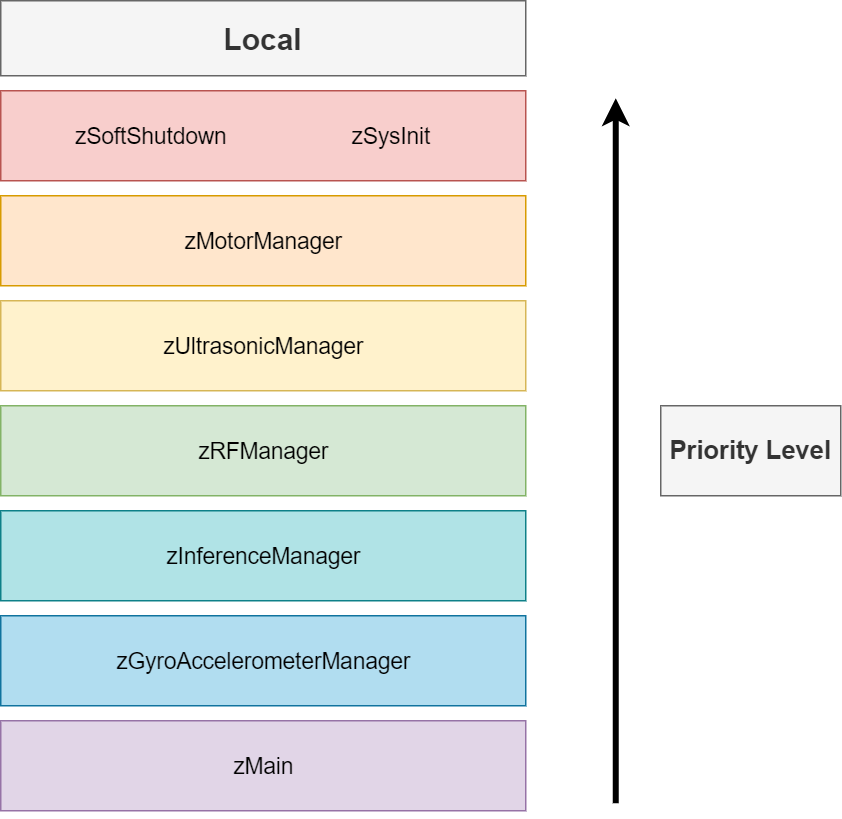
The draw.io diagram 3. Design/3. Software Specification/task_priority_level-local.png in esrg-silent-howl/zephyrus, before a commit. Source tidied: cells renumbered, new cells last; positions are measured from the earlier drawing's top-left corner, leaving out a move shared by most shapes.
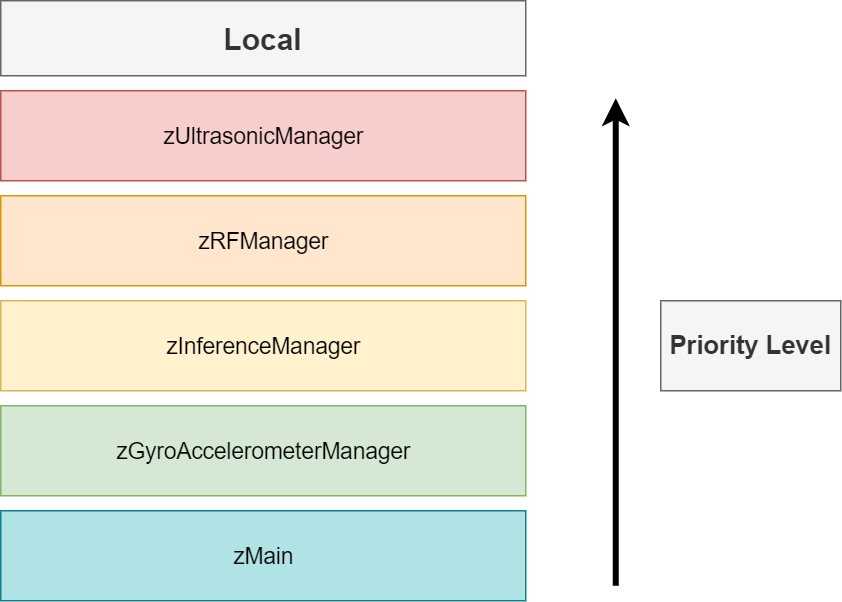
After the change.

Change to the diagram source:
```diff
@@ -17,45 +17,30 @@
     <mxCell id="6" style="rounded=0;whiteSpace=wrap;html=1;fillColor=#b0e3e6;strokeColor=#0e8088;" parent="1" vertex="1">
       <mxGeometry y="340" width="350" height="60" as="geometry" />
     </mxCell>
-    <mxCell id="7" style="rounded=0;whiteSpace=wrap;html=1;fillColor=#b1ddf0;strokeColor=#10739e;" parent="1" vertex="1">
-      <mxGeometry y="410" width="350" height="60" as="geometry" />
-    </mxCell>
-    <mxCell id="8" style="rounded=0;whiteSpace=wrap;html=1;fillColor=#e1d5e7;strokeColor=#9673a6;" parent="1" vertex="1">
-      <mxGeometry y="480" width="350" height="60" as="geometry" />
-    </mxCell>
     <mxCell id="9" style="endArrow=classic;html=1;strokeWidth=4;" parent="1" edge="1">
       <mxGeometry relative="1" as="geometry">
-        <mxPoint x="410" y="535" as="sourcePoint" />
+        <mxPoint x="410" y="390" as="sourcePoint" />
         <mxPoint x="410" y="65" as="targetPoint" />
       </mxGeometry>
     </mxCell>
     <mxCell id="10" value="&lt;font style=&quot;font-size: 17px&quot;&gt;&lt;b&gt;Priority Level&lt;/b&gt;&lt;/font&gt;" style="rounded=0;whiteSpace=wrap;html=1;fillColor=#f5f5f5;strokeColor=#666666;fontColor=#333333;" parent="1" vertex="1">
-      <mxGeometry x="440" y="270" width="120" height="60" as="geometry" />
+      <mxGeometry x="440" y="200" width="120" height="60" as="geometry" />
     </mxCell>
     <mxCell id="11" value="zGyroAccelerometerManager" style="text;html=1;align=center;verticalAlign=middle;fontSize=15;" parent="1" vertex="1">
-      <mxGeometry x="70" y="430" width="210" height="20" as="geometry" />
+      <mxGeometry x="70" y="290" width="210" height="20" as="geometry" />
     </mxCell>
     <mxCell id="12" value="zRFManager" style="text;html=1;align=center;verticalAlign=middle;fontSize=15;" parent="1" vertex="1">
-      <mxGeometry x="125" y="290" width="100" height="20" as="geometry" />
+      <mxGeometry x="125" y="150" width="100" height="20" as="geometry" />
     </mxCell>
     <mxCell id="13" value="zInferenceManager" style="text;html=1;align=center;verticalAlign=middle;fontSize=15;" parent="1" vertex="1">
-      <mxGeometry x="105" y="360" width="140" height="20" as="geometry" />
+      <mxGeometry x="105" y="220" width="140" height="20" as="geometry" />
     </mxCell>
     <mxCell id="14" value="zUltrasonicManager" style="text;html=1;align=center;verticalAlign=middle;fontSize=15;" parent="1" vertex="1">
-      <mxGeometry x="100" y="220" width="150" height="20" as="geometry" />
+      <mxGeometry x="100" y="80" width="150" height="20" as="geometry" />
     </mxCell>
-    <mxCell id="15" value="zMotorManager" style="text;html=1;align=center;verticalAlign=middle;fontSize=15;" parent="1" vertex="1">
-      <mxGeometry x="115" y="150" width="120" height="20" as="geometry" />
-    </mxCell>
-    <mxCell id="16" value="zSysInit" style="text;html=1;align=center;verticalAlign=middle;fontSize=15;" parent="1" vertex="1">
-      <mxGeometry x="225" y="80" width="70" height="20" as="geometry" />
-    </mxCell>
     <mxCell id="17" value="zMain" style="text;html=1;align=center;verticalAlign=middle;fontSize=15;" parent="1" vertex="1">
-      <mxGeometry x="145" y="500" width="60" height="20" as="geometry" />
+      <mxGeometry x="145" y="360" width="60" height="20" as="geometry" />
     </mxCell>
-    <mxCell id="18" value="zSoftShutdown" style="text;html=1;align=center;verticalAlign=middle;fontSize=15;" parent="1" vertex="1">
-      <mxGeometry x="40" y="80" width="120" height="20" as="geometry" />
-    </mxCell>
     <mxCell id="19" value="Local" style="rounded=0;whiteSpace=wrap;html=1;fillColor=#f5f5f5;strokeColor=#666666;fontColor=#333333;fontSize=20;fontStyle=1;" parent="1" vertex="1">
       <mxGeometry width="350" height="50" as="geometry" />
     </mxCell>
```
